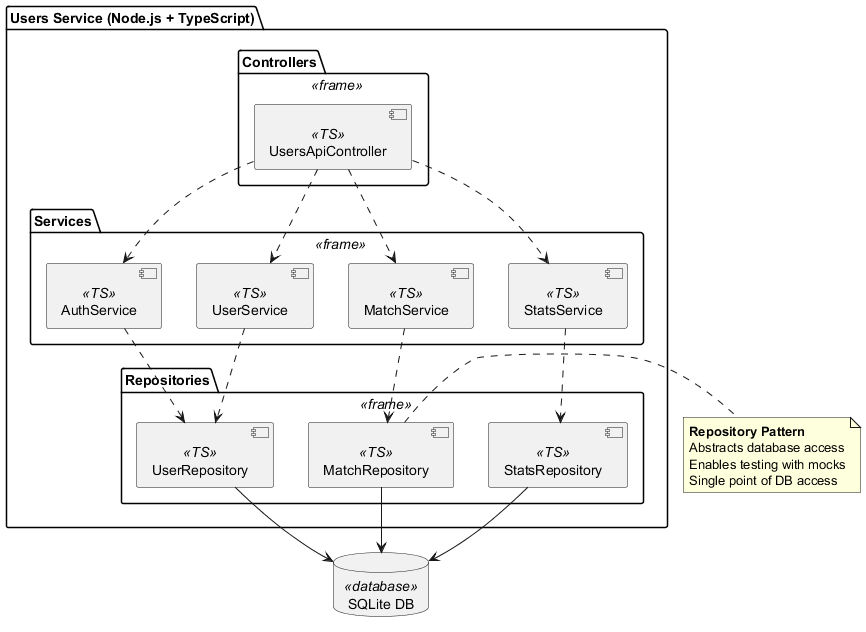
Above: images/level2-users.png in Arquisoft/yovi_es1c (PlantUML), before the change.
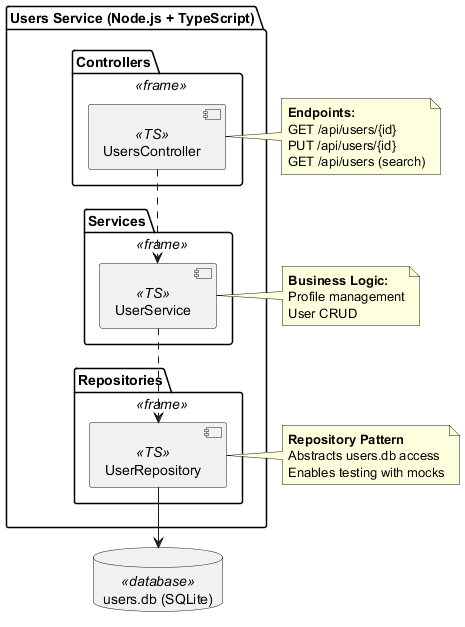
After the change.

Change to the diagram source:
```diff
@@ -2,44 +2,41 @@
 package "Users Service (Node.js + TypeScript)" {
 
   package "Controllers" <<frame>> {
-    component [UsersApiController] <<TS>>
+    component [UsersController] <<TS>>
   }
 
   package "Services" <<frame>> {
-    component [AuthService] <<TS>>
     component [UserService] <<TS>>
-    component [MatchService] <<TS>>
-    component [StatsService] <<TS>>
   }
 
   package "Repositories" <<frame>> {
     component [UserRepository] <<TS>>
-    component [MatchRepository] <<TS>>
-    component [StatsRepository] <<TS>>
   }
 }
 
-database "SQLite DB" as db <<database>>
+database "users.db (SQLite)" as usersdb <<database>>
 
-[UsersApiController] ..> [AuthService]
-[UsersApiController] ..> [UserService]
-[UsersApiController] ..> [MatchService]
-[UsersApiController] ..> [StatsService]
+[UsersController] ..> [UserService]
+[UserService] ..> [UserRepository]
+[UserRepository] --> usersdb
 
-[AuthService] ..> [UserRepository]
-[UserService] ..> [UserRepository]
-[MatchService] ..> [MatchRepository]
-[StatsService] ..> [StatsRepository]
+note right of [UsersController]
+  **Endpoints:**
+  GET /api/users/{id}
+  PUT /api/users/{id}
+  GET /api/users (search)
+end note
 
-[UserRepository] --> db
-[MatchRepository] --> db
-[StatsRepository] --> db
+note right of [UserService]
+  **Business Logic:**
+  Profile management
+  User CRUD
+end note
 
-note right of [MatchRepository]
+note right of [UserRepository]
   **Repository Pattern**
-  Abstracts database access
+  Abstracts users.db access
   Enables testing with mocks
-  Single point of DB access
 end note
 
 @enduml
```
